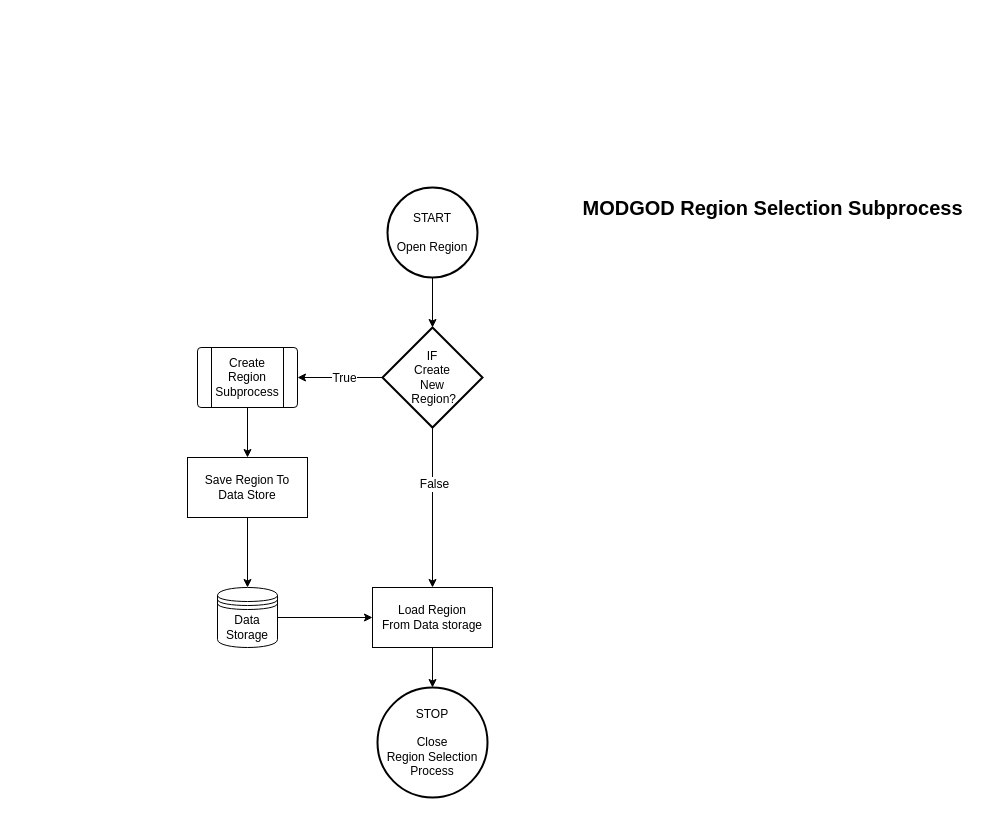
Earlier version of the draw.io diagram Phase2/Flowcharts/modgodToolset/ModGod/Selection/Region/ModGodRegionSelectionSubprocess.drawio (RPG-Research/bcirpg). Source tidied: cells renumbered, new cells numbered last; positions are measured from the earlier drawing's top-left corner, leaving out a move shared by most shapes. Both pictures are drawn from the tidied source at 100%, with x=0, y=0 at pixel (187, 187).
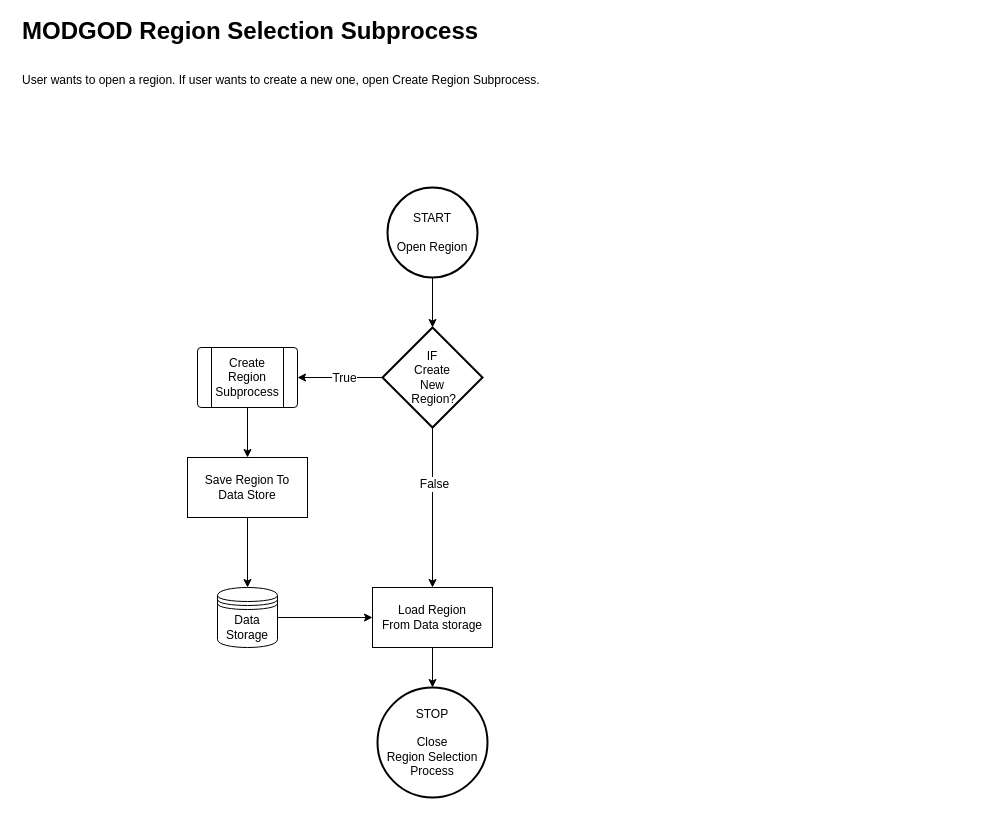
After the change.

The edit, as a diff of the source:
```diff
@@
 <mxGraphModel>
   <root>
     <mxCell id="0" />
     <mxCell id="1" parent="0" />
     <mxCell id="2" style="edgeStyle=orthogonalEdgeStyle;rounded=0;jettySize=auto;html=1;entryX=0.5;entryY=0;entryDx=0;entryDy=0;entryPerimeter=0;" parent="1" edge="1" source="3" target="10">
       <mxGeometry relative="1" as="geometry" />
     </mxCell>
     <mxCell id="3" value="START&lt;br&gt;&lt;br&gt;Open Region" style="strokeWidth=2;html=1;shape=mxgraph.flowchart.start_2;whiteSpace=wrap;" parent="1" vertex="1">
       <mxGeometry x="200" width="90" height="90" as="geometry" />
     </mxCell>
-    <mxCell id="4" value="&lt;b&gt;&lt;font style=&quot;font-size: 20px;&quot;&gt;MODGOD Region Selection Subprocess&lt;/font&gt;&lt;/b&gt;" style="text;html=1;align=center;verticalAlign=middle;strokeColor=none;fillColor=none;" parent="1" vertex="1">
-      <mxGeometry x="380" width="410" height="40" as="geometry" />
-    </mxCell>
     <mxCell id="5" value="STOP&lt;br&gt;&lt;br&gt;Close&lt;br&gt;Region Selection&lt;br&gt;Process" style="strokeWidth=2;html=1;shape=mxgraph.flowchart.start_2;whiteSpace=wrap;" parent="1" vertex="1">
       <mxGeometry x="190" y="500" width="110" height="110" as="geometry" />
     </mxCell>
     <mxCell id="6" style="edgeStyle=orthogonalEdgeStyle;rounded=0;jettySize=auto;html=1;exitX=0.5;exitY=1;exitDx=0;exitDy=0;exitPerimeter=0;fontSize=12;entryX=0.5;entryY=0;entryDx=0;entryDy=0;" parent="1" edge="1" source="10" target="12">
       <mxGeometry relative="1" as="geometry" />
     </mxCell>
     <mxCell id="7" value="False" style="edgeLabel;html=1;align=center;verticalAlign=middle;fontSize=12;" parent="6" vertex="1">
       <mxGeometry x="-0.3" y="1" relative="1" as="geometry" />
     </mxCell>
     <mxCell id="8" style="edgeStyle=orthogonalEdgeStyle;rounded=0;jettySize=auto;html=1;exitX=0;exitY=0.5;exitDx=0;exitDy=0;exitPerimeter=0;entryX=1;entryY=0.5;entryDx=0;entryDy=0;fontSize=12;" parent="1" edge="1" source="10" target="16">
       <mxGeometry relative="1" as="geometry" />
     </mxCell>
     <mxCell id="9" value="True" style="edgeLabel;html=1;align=center;verticalAlign=middle;fontSize=12;" parent="8" vertex="1">
       <mxGeometry x="-0.09" relative="1" as="geometry" />
     </mxCell>
     <mxCell id="10" value="IF&lt;br&gt;Create&lt;br&gt;New&lt;br&gt;&amp;nbsp;Region?" style="strokeWidth=2;html=1;shape=mxgraph.flowchart.decision;whiteSpace=wrap;" parent="1" vertex="1">
       <mxGeometry x="195" y="140" width="100" height="100" as="geometry" />
     </mxCell>
     <mxCell id="11" style="edgeStyle=orthogonalEdgeStyle;rounded=0;jettySize=auto;html=1;exitX=0.5;exitY=1;exitDx=0;exitDy=0;fontSize=12;" parent="1" edge="1" source="12" target="5">
       <mxGeometry relative="1" as="geometry" />
     </mxCell>
     <mxCell id="12" value="Load Region&lt;br&gt;From Data storage" style="rounded=0;whiteSpace=wrap;html=1;fontSize=12;" parent="1" vertex="1">
       <mxGeometry x="185" y="400" width="120" height="60" as="geometry" />
     </mxCell>
     <mxCell id="13" style="edgeStyle=orthogonalEdgeStyle;rounded=0;jettySize=auto;html=1;exitX=1;exitY=0.5;exitDx=0;exitDy=0;entryX=0;entryY=0.5;entryDx=0;entryDy=0;fontSize=12;" parent="1" edge="1" source="14" target="12">
       <mxGeometry relative="1" as="geometry" />
     </mxCell>
     <mxCell id="14" value="Data&lt;br&gt;Storage" style="shape=datastore;whiteSpace=wrap;html=1;fontSize=12;" parent="1" vertex="1">
       <mxGeometry x="30" y="400" width="60" height="60" as="geometry" />
     </mxCell>
     <mxCell id="15" style="edgeStyle=orthogonalEdgeStyle;rounded=0;jettySize=auto;html=1;exitX=0.5;exitY=1;exitDx=0;exitDy=0;fontSize=12;" parent="1" edge="1" source="16" target="18">
       <mxGeometry relative="1" as="geometry" />
     </mxCell>
     <mxCell id="16" value="Create Region&lt;br&gt;Subprocess" style="verticalLabelPosition=middle;verticalAlign=middle;html=1;shape=process;whiteSpace=wrap;rounded=1;size=0.14;arcSize=6;fontSize=12;labelPosition=center;align=center;" parent="1" vertex="1">
       <mxGeometry x="10" y="160" width="100" height="60" as="geometry" />
     </mxCell>
     <mxCell id="17" style="edgeStyle=orthogonalEdgeStyle;rounded=0;jettySize=auto;html=1;fontSize=12;" parent="1" edge="1" source="18" target="14">
       <mxGeometry relative="1" as="geometry" />
     </mxCell>
     <mxCell id="18" value="Save Region To&lt;br&gt;Data Store" style="rounded=0;whiteSpace=wrap;html=1;fontSize=12;" parent="1" vertex="1">
       <mxGeometry y="270" width="120" height="60" as="geometry" />
     </mxCell>
+    <mxCell id="19" value="&lt;span style=&quot;font-size: 24px;&quot;&gt;&lt;b&gt;MODGOD Region Selection Subprocess&lt;/b&gt;&lt;/span&gt;&lt;h1&gt;&lt;span style=&quot;background-color: initial; font-size: 12px; font-weight: normal;&quot;&gt;User wants to open a region. If user wants to create a new one, open Create Region Subprocess.&lt;/span&gt;&lt;br&gt;&lt;/h1&gt;" style="text;html=1;strokeColor=none;fillColor=none;spacing=5;spacingTop=-20;whiteSpace=wrap;overflow=hidden;rounded=0;" parent="1" vertex="1">
+      <mxGeometry x="-170" y="-160" width="830" height="120" as="geometry" />
+    </mxCell>
   </root>
 </mxGraphModel>
```
